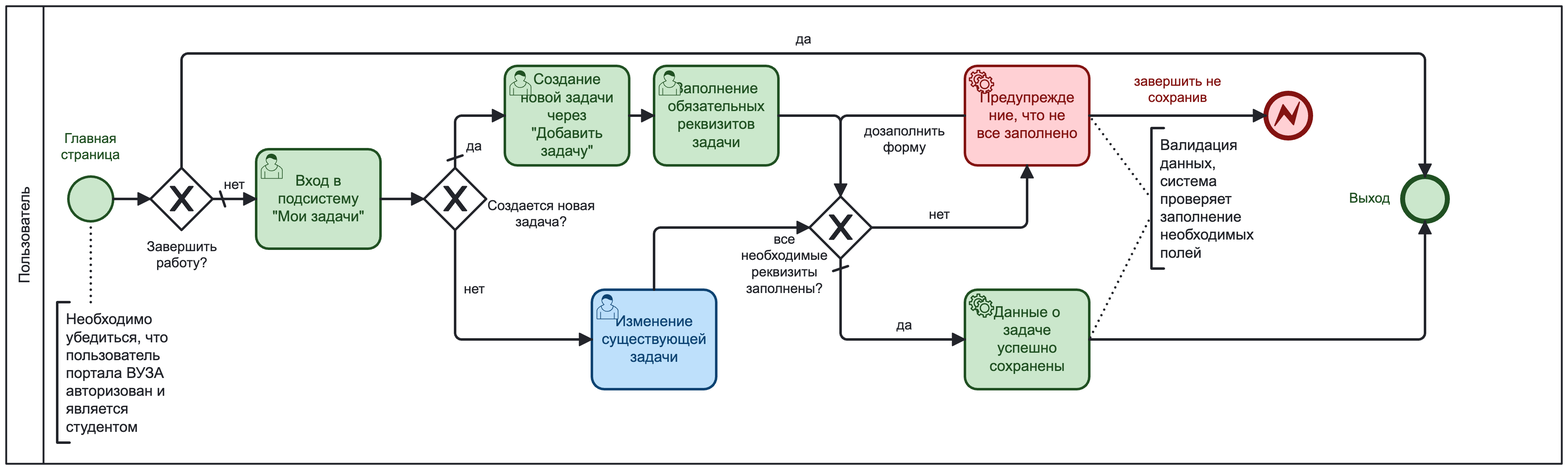
Above: Novgorodov_Timofey/ex04_BPMN/ex04_BPMN.png in abdullahproff/BSA21_1 (BPMN), before the change. Its source is kept beside it as Novgorodov_Timofey/ex04_BPMN/ex04_BPMN.bpmn. Ids are renumbered.
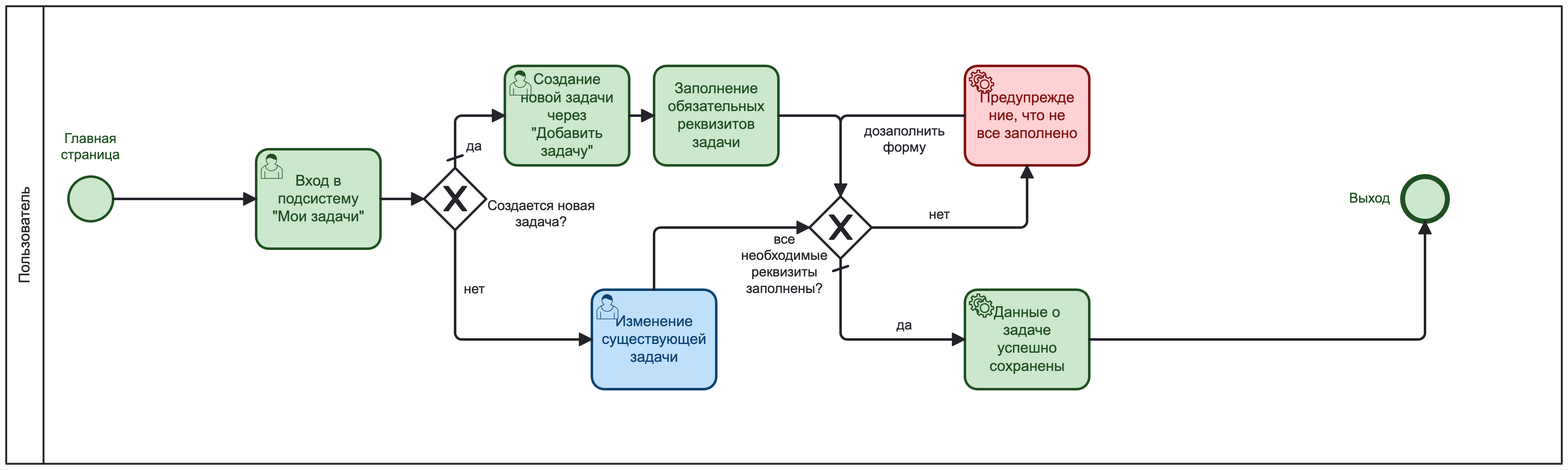
Later version of the same file.

The edit, as a diff of the source:
```diff
@@ -1,34 +1,18 @@
 <bpmn:definitions xmlns:bpmn="http://www.omg.org/spec/BPMN/20100524/MODEL" xmlns:bpmndi="http://www.omg.org/spec/BPMN/20100524/DI" xmlns:dc="http://www.omg.org/spec/DD/20100524/DC" xmlns:di="http://www.omg.org/spec/DD/20100524/DI" xmlns:bioc="http://bpmn.io/schema/bpmn/biocolor/1.0" xmlns:color="http://www.omg.org/spec/BPMN/non-normative/color/1.0" xmlns:modeler="http://camunda.org/schema/modeler/1.0" id="Definitions_n1" targetNamespace="http://bpmn.io/schema/bpmn" exporter="Camunda Modeler" exporterVersion="5.28.0" modeler:executionPlatform="Camunda Cloud" modeler:executionPlatformVersion="8.6.0">
   <bpmn:collaboration id="Collaboration_n2">
     <bpmn:participant id="Participant_n3" name="Пользователь" processRef="Process_n4" />
-    <bpmn:textAnnotation id="TextAnnotation_n5">
-      <bpmn:text>Необходимо убедиться, что пользователь портала ВУЗА авторизован и является студентом</bpmn:text>
-    </bpmn:textAnnotation>
-    <bpmn:textAnnotation id="TextAnnotation_n6">
-      <bpmn:text>Валидация данных, система проверяет заполнение необходимых полей</bpmn:text>
-    </bpmn:textAnnotation>
-    <bpmn:association id="Association_n7" associationDirection="None" sourceRef="TextAnnotation_n5" targetRef="StartEvent_1" />
-    <bpmn:association id="Association_n8" associationDirection="None" sourceRef="TextAnnotation_n6" targetRef="Activity_n9" />
-    <bpmn:association id="Association_n10" associationDirection="None" sourceRef="TextAnnotation_n6" targetRef="Flow_n11" />
   </bpmn:collaboration>
   <bpmn:process id="Process_n4" isExecutable="true">
     <bpmn:laneSet id="LaneSet_n12" />
     <bpmn:startEvent id="StartEvent_1" name="Главная страница">
       <bpmn:outgoing>Flow_n13</bpmn:outgoing>
     </bpmn:startEvent>
-    <bpmn:exclusiveGateway id="Gateway_n14" name="Завершить работу?" default="Flow_n15">
-      <bpmn:incoming>Flow_n13</bpmn:incoming>
-      <bpmn:outgoing>Flow_n15</bpmn:outgoing>
-      <bpmn:outgoing>Flow_n16</bpmn:outgoing>
-    </bpmn:exclusiveGateway>
     <bpmn:exclusiveGateway id="Gateway_n17" name="Создается новая задача?" default="Flow_n18">
       <bpmn:incoming>Flow_n19</bpmn:incoming>
       <bpmn:outgoing>Flow_n18</bpmn:outgoing>
       <bpmn:outgoing>Flow_n20</bpmn:outgoing>
     </bpmn:exclusiveGateway>
-    <bpmn:sequenceFlow id="Flow_n13" sourceRef="StartEvent_1" targetRef="Gateway_n14" />
-    <bpmn:sequenceFlow id="Flow_n16" name="да" sourceRef="Gateway_n14" targetRef="Event_n21" />
-    <bpmn:sequenceFlow id="Flow_n15" name="нет" sourceRef="Gateway_n14" targetRef="Activity_n22" />
+    <bpmn:sequenceFlow id="Flow_n13" sourceRef="StartEvent_1" targetRef="Activity_n22" />
     <bpmn:sequenceFlow id="Flow_n19" sourceRef="Activity_n22" targetRef="Gateway_n17" />
     <bpmn:sequenceFlow id="Flow_n18" name="да" sourceRef="Gateway_n17" targetRef="Activity_n23" />
     <bpmn:sequenceFlow id="Flow_n20" name="нет" sourceRef="Gateway_n17" targetRef="Activity_n24" />
@@ -45,7 +29,7 @@
     <bpmn:sequenceFlow id="Flow_n29" name="да" sourceRef="Gateway_n28" targetRef="Activity_n33" />
     <bpmn:sequenceFlow id="Flow_n31" name="дозаполнить форму" sourceRef="Activity_n9" targetRef="Gateway_n28" />
     <bpmn:userTask id="Activity_n22" name="Вход в подсистему &#34;Мои задачи&#34;">
-      <bpmn:incoming>Flow_n15</bpmn:incoming>
+      <bpmn:incoming>Flow_n13</bpmn:incoming>
       <bpmn:outgoing>Flow_n19</bpmn:outgoing>
     </bpmn:userTask>
     <bpmn:userTask id="Activity_n24" name="Изменение существующей задачи">
@@ -56,30 +40,23 @@
       <bpmn:incoming>Flow_n18</bpmn:incoming>
       <bpmn:outgoing>Flow_n25</bpmn:outgoing>
     </bpmn:userTask>
-    <bpmn:userTask id="Activity_n26" name="Заполнение обязательных реквизитов задачи">
-      <bpmn:incoming>Flow_n25</bpmn:incoming>
-      <bpmn:outgoing>Flow_n27</bpmn:outgoing>
-    </bpmn:userTask>
     <bpmn:sequenceFlow id="Flow_n11" sourceRef="Activity_n33" targetRef="Event_n21" />
     <bpmn:endEvent id="Event_n21" name="Выход">
-      <bpmn:incoming>Flow_n16</bpmn:incoming>
       <bpmn:incoming>Flow_n11</bpmn:incoming>
     </bpmn:endEvent>
     <bpmn:serviceTask id="Activity_n9" name="Предупреждение, что не все заполнено">
       <bpmn:incoming>Flow_n32</bpmn:incoming>
       <bpmn:outgoing>Flow_n31</bpmn:outgoing>
-      <bpmn:outgoing>Flow_n34</bpmn:outgoing>
     </bpmn:serviceTask>
     <bpmn:serviceTask id="Activity_n33" name="Данные о задаче успешно сохранены">
       <bpmn:incoming>Flow_n29</bpmn:incoming>
       <bpmn:outgoing>Flow_n11</bpmn:outgoing>
     </bpmn:serviceTask>
-    <bpmn:sequenceFlow id="Flow_n34" name="завершить не сохранив" sourceRef="Activity_n9" targetRef="Event_n35" />
-    <bpmn:endEvent id="Event_n35">
-      <bpmn:incoming>Flow_n34</bpmn:incoming>
-      <bpmn:errorEventDefinition id="ErrorEventDefinition_n36" />
-    </bpmn:endEvent>
     <bpmn:sequenceFlow id="Flow_n32" name="нет" sourceRef="Gateway_n28" targetRef="Activity_n9" />
+    <bpmn:task id="Activity_n26" name="Заполнение обязательных реквизитов задачи">
+      <bpmn:incoming>Flow_n25</bpmn:incoming>
+      <bpmn:outgoing>Flow_n27</bpmn:outgoing>
+    </bpmn:task>
   </bpmn:process>
   <bpmndi:BPMNDiagram id="BPMNDiagram_1">
     <bpmndi:BPMNPlane id="BPMNPlane_1" bpmnElement="Collaboration_n2">
@@ -91,12 +68,6 @@
         <dc:Bounds x="179" y="219" width="36" height="36" />
         <bpmndi:BPMNLabel>
           <dc:Bounds x="173" y="182" width="48" height="27" />
-        </bpmndi:BPMNLabel>
-      </bpmndi:BPMNShape>
-      <bpmndi:BPMNShape id="Gateway_n14_di" bpmnElement="Gateway_n14" isMarkerVisible="true">
-        <dc:Bounds x="245" y="212" width="50" height="50" />
-        <bpmndi:BPMNLabel>
-          <dc:Bounds x="242" y="269" width="57" height="27" />
         </bpmndi:BPMNLabel>
       </bpmndi:BPMNShape>
       <bpmndi:BPMNShape id="Gateway_n17_di" bpmnElement="Gateway_n17" isMarkerVisible="true">
@@ -121,9 +92,6 @@
       <bpmndi:BPMNShape id="Activity_16mnqvw_di" bpmnElement="Activity_n23" bioc:stroke="#205022" bioc:fill="#c8e6c9" color:background-color="#c8e6c9" color:border-color="#205022">
         <dc:Bounds x="530" y="130" width="100" height="80" />
       </bpmndi:BPMNShape>
-      <bpmndi:BPMNShape id="Activity_0b8os7p_di" bpmnElement="Activity_n26" bioc:stroke="#205022" bioc:fill="#c8e6c9" color:background-color="#c8e6c9" color:border-color="#205022">
-        <dc:Bounds x="650" y="130" width="100" height="80" />
-      </bpmndi:BPMNShape>
       <bpmndi:BPMNShape id="Event_n21_di" bpmnElement="Event_n21" bioc:stroke="#205022" bioc:fill="#c8e6c9" color:background-color="#c8e6c9" color:border-color="#205022">
         <dc:Bounds x="1252" y="219" width="36" height="36" />
         <bpmndi:BPMNLabel>
@@ -136,28 +104,12 @@
       <bpmndi:BPMNShape id="Activity_03i0kc4_di" bpmnElement="Activity_n33" bioc:stroke="#205022" bioc:fill="#c8e6c9" color:background-color="#c8e6c9" color:border-color="#205022">
         <dc:Bounds x="900" y="310" width="100" height="80" />
       </bpmndi:BPMNShape>
-      <bpmndi:BPMNShape id="Event_n35_di" bpmnElement="Event_n35" bioc:stroke="#831311" bioc:fill="#ffcdd2" color:background-color="#ffcdd2" color:border-color="#831311">
-        <dc:Bounds x="1142" y="152" width="36" height="36" />
+      <bpmndi:BPMNShape id="Activity_1pu1o7v_di" bpmnElement="Activity_n26" bioc:stroke="#205022" bioc:fill="#c8e6c9" color:background-color="#c8e6c9" color:border-color="#205022">
+        <dc:Bounds x="650" y="130" width="100" height="80" />
       </bpmndi:BPMNShape>
       <bpmndi:BPMNEdge id="Flow_n13_di" bpmnElement="Flow_n13">
         <di:waypoint x="215" y="237" />
-        <di:waypoint x="245" y="237" />
-      </bpmndi:BPMNEdge>
-      <bpmndi:BPMNEdge id="Flow_n16_di" bpmnElement="Flow_n16">
-        <di:waypoint x="270" y="212" />
-        <di:waypoint x="270" y="120" />
-        <di:waypoint x="1270" y="120" />
-        <di:waypoint x="1270" y="219" />
-        <bpmndi:BPMNLabel>
-          <dc:Bounds x="764" y="102" width="13" height="14" />
-        </bpmndi:BPMNLabel>
-      </bpmndi:BPMNEdge>
-      <bpmndi:BPMNEdge id="Flow_n15_di" bpmnElement="Flow_n15">
-        <di:waypoint x="295" y="237" />
         <di:waypoint x="330" y="237" />
-        <bpmndi:BPMNLabel>
-          <dc:Bounds x="304" y="219" width="17" height="14" />
-        </bpmndi:BPMNLabel>
       </bpmndi:BPMNEdge>
       <bpmndi:BPMNEdge id="Flow_n19_di" bpmnElement="Flow_n19">
         <di:waypoint x="430" y="237" />
@@ -214,13 +166,6 @@
         <di:waypoint x="1270" y="350" />
         <di:waypoint x="1270" y="255" />
       </bpmndi:BPMNEdge>
-      <bpmndi:BPMNEdge id="Flow_n34_di" bpmnElement="Flow_n34">
-        <di:waypoint x="1000" y="170" />
-        <di:waypoint x="1142" y="170" />
-        <bpmndi:BPMNLabel color:color="#831311">
-          <dc:Bounds x="1036" y="136" width="71" height="27" />
-        </bpmndi:BPMNLabel>
-      </bpmndi:BPMNEdge>
       <bpmndi:BPMNEdge id="Flow_n32_di" bpmnElement="Flow_n32">
         <di:waypoint x="825" y="260" />
         <di:waypoint x="950" y="260" />
@@ -229,26 +174,6 @@
           <dc:Bounds x="871" y="243" width="17" height="14" />
         </bpmndi:BPMNLabel>
       </bpmndi:BPMNEdge>
-      <bpmndi:BPMNEdge id="Association_n8_di" bpmnElement="Association_n8">
-        <di:waypoint x="1050" y="237" />
-        <di:waypoint x="1000" y="170" />
-      </bpmndi:BPMNEdge>
-      <bpmndi:BPMNEdge id="Association_n10_di" bpmnElement="Association_n10">
-        <di:waypoint x="1050" y="250" />
-        <di:waypoint x="1000" y="350" />
-      </bpmndi:BPMNEdge>
-      <bpmndi:BPMNEdge id="Association_n7_di" bpmnElement="Association_n7">
-        <di:waypoint x="197" y="320" />
-        <di:waypoint x="197" y="255" />
-      </bpmndi:BPMNEdge>
-      <bpmndi:BPMNShape id="TextAnnotation_n6_di" bpmnElement="TextAnnotation_n6">
-        <dc:Bounds x="1050" y="180" width="100" height="113" />
-        <bpmndi:BPMNLabel />
-      </bpmndi:BPMNShape>
-      <bpmndi:BPMNShape id="TextAnnotation_n5_di" bpmnElement="TextAnnotation_n5">
-        <dc:Bounds x="170" y="320" width="100" height="113" />
-        <bpmndi:BPMNLabel />
-      </bpmndi:BPMNShape>
     </bpmndi:BPMNPlane>
   </bpmndi:BPMNDiagram>
 </bpmn:definitions>
```
